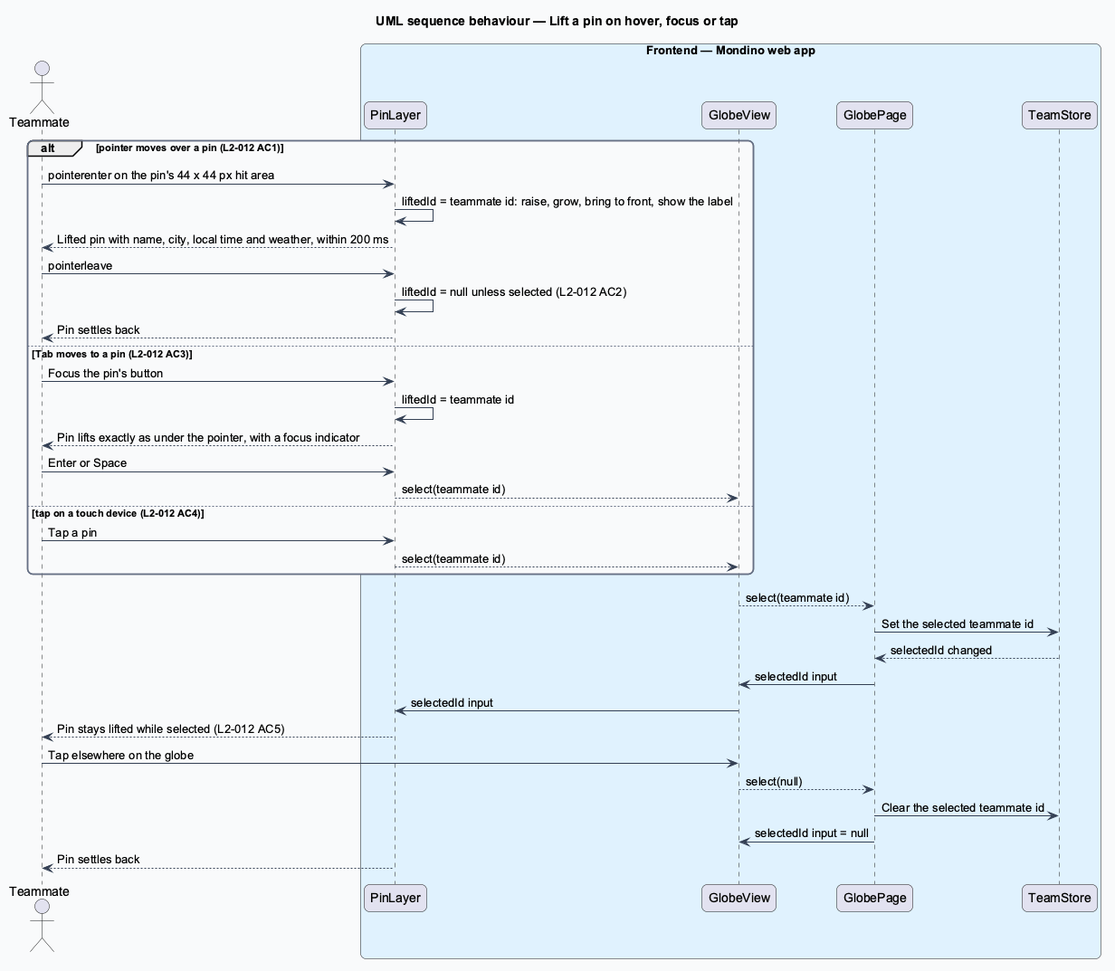
The PlantUML diagram docs/detailed-designs/globe/show-pins/diagrams/sequence-lift-pin.png in QuinntyneBrown/Mondino, before a commit.
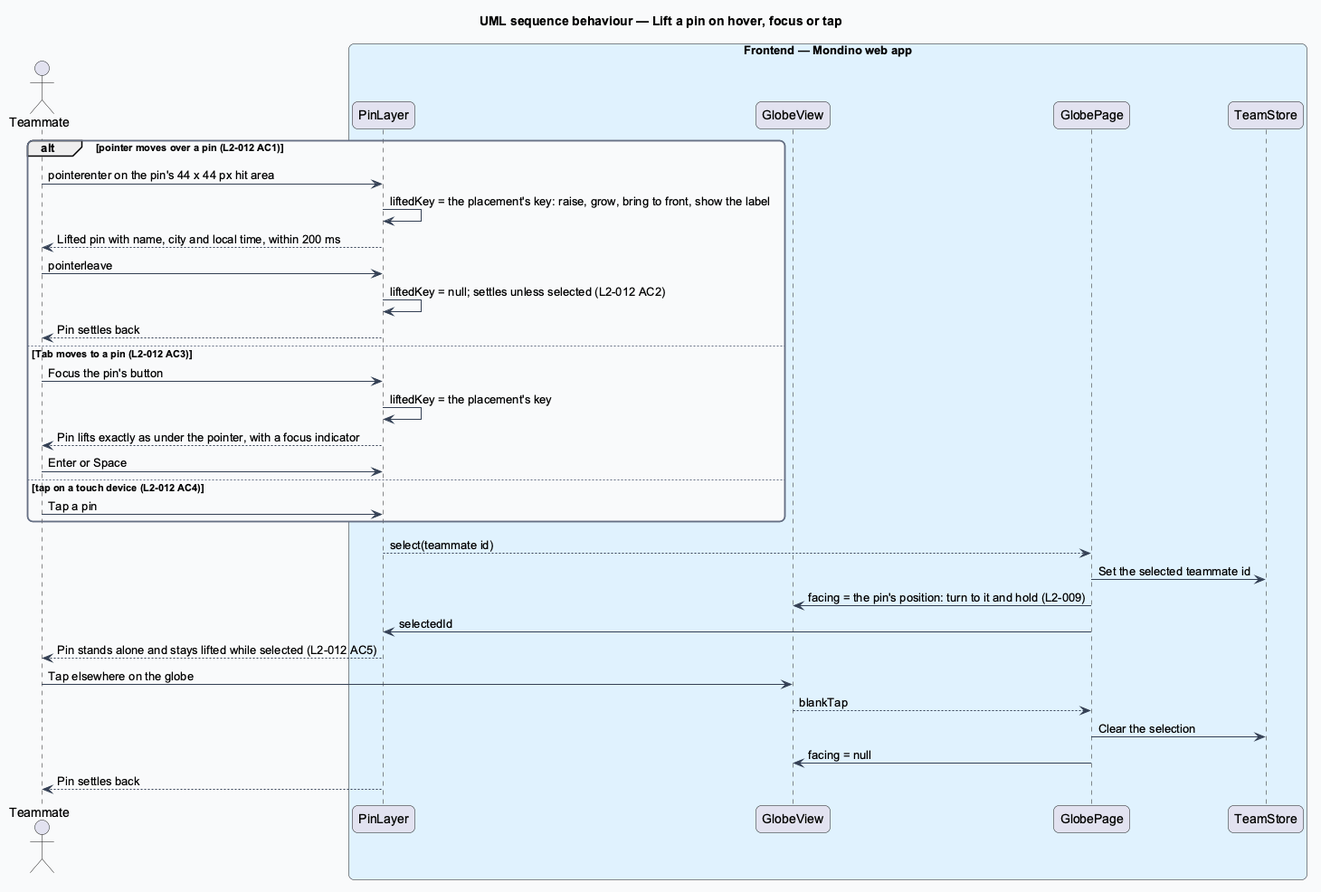
After the commit.

The edit, as a diff of the source:
```diff
@@ -23,30 +23,27 @@
 end box
 alt pointer moves over a pin (L2-012 AC1)
   actor -> layer : pointerenter on the pin's 44 x 44 px hit area
-  layer -> layer : liftedId = teammate id: raise, grow, bring to front, show the label
-  layer --> actor : Lifted pin with name, city, local time and weather, within 200 ms
+  layer -> layer : liftedKey = the placement's key: raise, grow, bring to front, show the label
+  layer --> actor : Lifted pin with name, city and local time, within 200 ms
   actor -> layer : pointerleave
-  layer -> layer : liftedId = null unless selected (L2-012 AC2)
+  layer -> layer : liftedKey = null; settles unless selected (L2-012 AC2)
   layer --> actor : Pin settles back
 else Tab moves to a pin (L2-012 AC3)
   actor -> layer : Focus the pin's button
-  layer -> layer : liftedId = teammate id
+  layer -> layer : liftedKey = the placement's key
   layer --> actor : Pin lifts exactly as under the pointer, with a focus indicator
   actor -> layer : Enter or Space
-  layer --> view : select(teammate id)
 else tap on a touch device (L2-012 AC4)
   actor -> layer : Tap a pin
-  layer --> view : select(teammate id)
 end
-view --> page : select(teammate id)
+layer --> page : select(teammate id)
 page -> store : Set the selected teammate id
-store --> page : selectedId changed
-page -> view : selectedId input
-view -> layer : selectedId input
-layer --> actor : Pin stays lifted while selected (L2-012 AC5)
+page -> view : facing = the pin's position: turn to it and hold (L2-009)
+page -> layer : selectedId
+layer --> actor : Pin stands alone and stays lifted while selected (L2-012 AC5)
 actor -> view : Tap elsewhere on the globe
-view --> page : select(null)
-page -> store : Clear the selected teammate id
-page -> view : selectedId input = null
+view --> page : blankTap
+page -> store : Clear the selection
+page -> view : facing = null
 layer --> actor : Pin settles back
 @enduml
```
